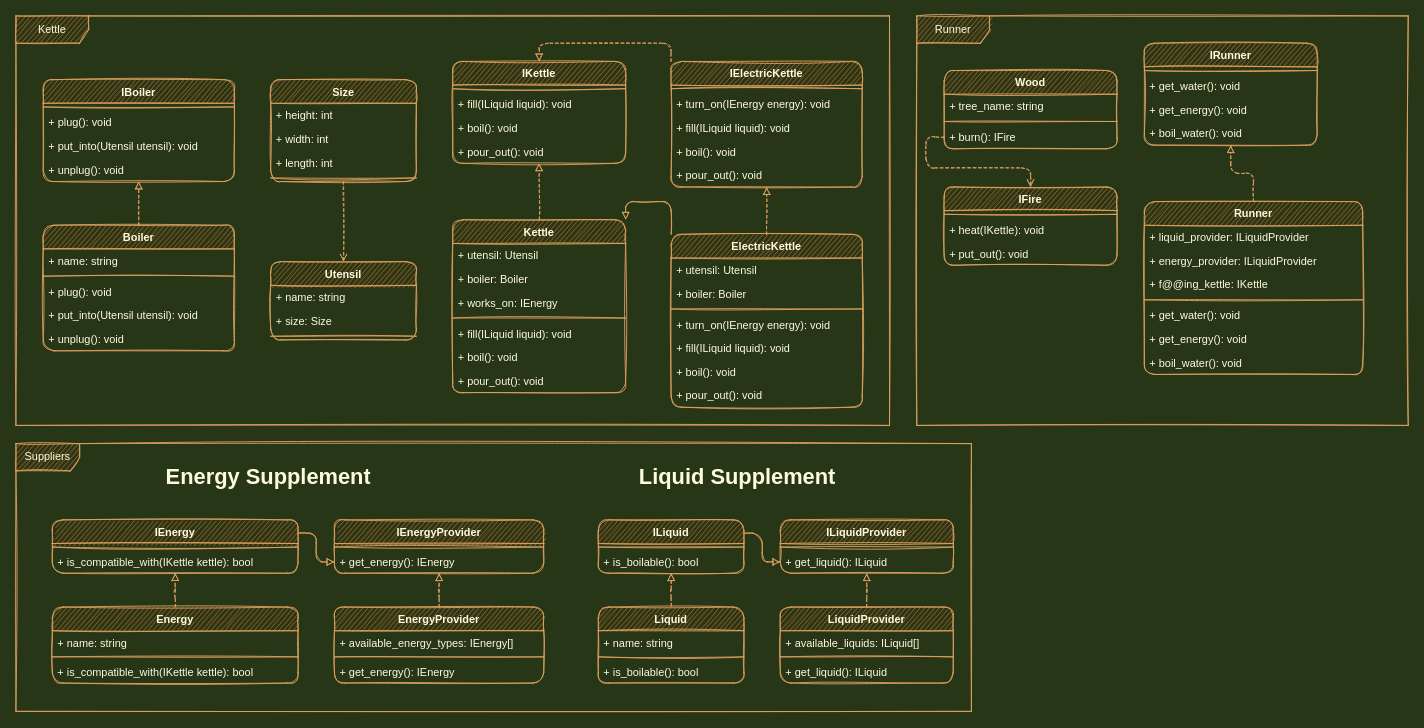
This is Kettle.drawio from xmichael446/Diagrams, a draw.io file, before an edit. Source tidied: cells renumbered, new cells numbered last; positions are measured from the earlier drawing's top-left corner, leaving out a move shared by most shapes. Both pictures are drawn from the tidied source at 91%, with x=0, y=0 at pixel (15, 15).
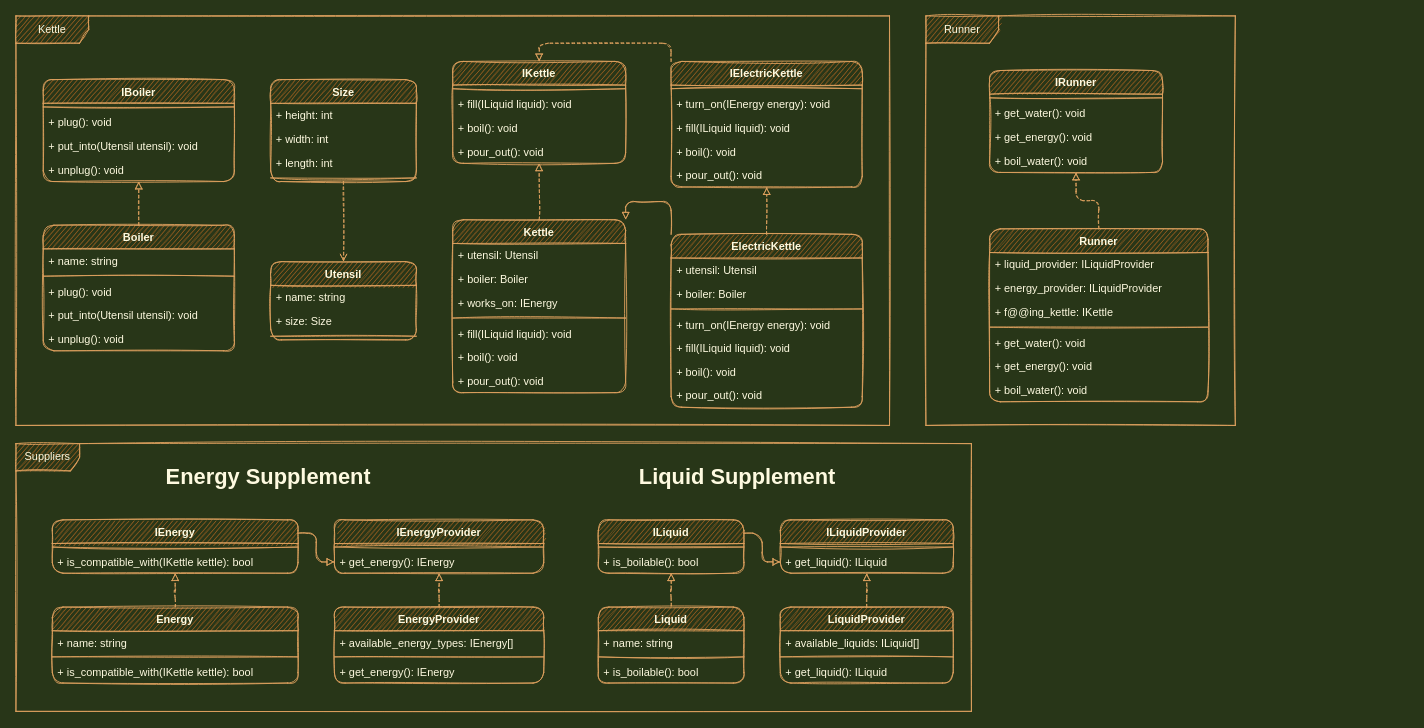
The same page after the edit.

The change refers to these unchanged cells:
```xml
<mxCell id="27" value="Size" style="swimlane;fontStyle=1;align=center;verticalAlign=top;horizontal=1;startSize=26;fillColor=#BC6C25;strokeColor=#DDA15E;fontColor=#FEFAE0;sketch=1;rounded=1;" parent="1" vertex="1">
  <mxGeometry x="280" y="70" width="160" height="112" as="geometry" />
</mxCell>
<mxCell id="75" value="Utensil" style="swimlane;fontStyle=1;align=center;verticalAlign=top;horizontal=1;startSize=26;fillColor=#BC6C25;strokeColor=#DDA15E;fontColor=#FEFAE0;sketch=1;rounded=1;" parent="1" vertex="1">
  <mxGeometry x="280" y="270" width="160" height="86" as="geometry" />
</mxCell>
```

What changed in the source:
```diff
@@
     <mxCell id="2" value="Runner" style="shape=umlFrame;whiteSpace=wrap;html=1;strokeColor=#DDA15E;fillColor=#BC6C25;fontColor=#FEFAE0;width=80;height=30;sketch=1;rounded=1;" parent="1" vertex="1">
-      <mxGeometry x="990" width="540" height="450" as="geometry" />
+      <mxGeometry x="1000" width="340" height="450" as="geometry" />
     </mxCell>
-    <mxCell id="3" value="Wood" style="swimlane;fontStyle=1;align=center;verticalAlign=top;horizontal=1;startSize=26;fillColor=#BC6C25;strokeColor=#DDA15E;fontColor=#FEFAE0;sketch=1;rounded=1;" parent="1" vertex="1">
-      <mxGeometry x="1020" y="60" width="190" height="86" as="geometry" />
-    </mxCell>
-    <mxCell id="4" value="+ tree_name: string" style="text;strokeColor=none;fillColor=none;align=left;verticalAlign=top;spacingLeft=4;spacingRight=4;overflow=hidden;fontColor=#FEFAE0;sketch=1;rounded=1;" parent="3" vertex="1">
-      <mxGeometry y="26" width="190" height="26" as="geometry" />
-    </mxCell>
-    <mxCell id="5" style="line;strokeWidth=1;fillColor=none;align=left;verticalAlign=middle;spacingTop=-1;spacingLeft=3;spacingRight=3;labelPosition=right;strokeColor=#DDA15E;fontColor=#FEFAE0;labelBackgroundColor=#283618;sketch=1;rounded=1;" parent="3" vertex="1">
-      <mxGeometry y="52" width="190" height="8" as="geometry" />
-    </mxCell>
-    <mxCell id="6" value="+ burn(): IFire" style="text;strokeColor=none;fillColor=none;align=left;verticalAlign=top;spacingLeft=4;spacingRight=4;overflow=hidden;points=[[0,0.5],[1,0.5]];portConstraint=eastwest;fontColor=#FEFAE0;sketch=1;rounded=1;" parent="3" vertex="1">
-      <mxGeometry y="60" width="190" height="26" as="geometry" />
-    </mxCell>
-    <mxCell id="7" value="IFire" style="swimlane;fontStyle=1;align=center;verticalAlign=top;horizontal=1;startSize=26;fillColor=#BC6C25;strokeColor=#DDA15E;fontColor=#FEFAE0;sketch=1;rounded=1;" parent="1" vertex="1">
-      <mxGeometry x="1020" y="188" width="190" height="86" as="geometry" />
-    </mxCell>
-    <mxCell id="8" style="line;strokeWidth=1;fillColor=none;align=left;verticalAlign=middle;spacingTop=-1;spacingLeft=3;spacingRight=3;labelPosition=right;strokeColor=#DDA15E;fontColor=#FEFAE0;labelBackgroundColor=#283618;sketch=1;rounded=1;" parent="7" vertex="1">
-      <mxGeometry y="26" width="190" height="8" as="geometry" />
-    </mxCell>
-    <mxCell id="9" value="+ heat(IKettle): void" style="text;strokeColor=none;fillColor=none;align=left;verticalAlign=top;spacingLeft=4;spacingRight=4;overflow=hidden;fontColor=#FEFAE0;sketch=1;rounded=1;" parent="7" vertex="1">
-      <mxGeometry y="34" width="190" height="26" as="geometry" />
-    </mxCell>
-    <mxCell id="10" value="+ put_out(): void" style="text;strokeColor=none;fillColor=none;align=left;verticalAlign=top;spacingLeft=4;spacingRight=4;overflow=hidden;fontColor=#FEFAE0;sketch=1;rounded=1;" parent="7" vertex="1">
-      <mxGeometry y="60" width="190" height="26" as="geometry" />
-    </mxCell>
-    <mxCell id="11" style="edgeStyle=orthogonalEdgeStyle;jettySize=auto;html=1;entryX=0.5;entryY=0;entryDx=0;entryDy=0;strokeColor=#DDA15E;fillColor=#BC6C25;fontColor=#FFFFFF;dashed=1;endArrow=open;endFill=0;sketch=1;" parent="1" edge="1" source="6" target="7">
-      <mxGeometry relative="1" as="geometry" />
-    </mxCell>
     <mxCell id="12" value="Runner" style="swimlane;fontStyle=1;align=center;verticalAlign=top;horizontal=1;startSize=26;fillColor=#BC6C25;strokeColor=#DDA15E;fontColor=#FEFAE0;sketch=1;rounded=1;" parent="1" vertex="1">
-      <mxGeometry x="1240" y="204" width="240" height="190" as="geometry" />
+      <mxGeometry x="1070" y="234" width="240" height="190" as="geometry" />
     </mxCell>
@@
     <mxCell id="20" value="IRunner" style="swimlane;fontStyle=1;align=center;verticalAlign=top;horizontal=1;startSize=26;fillColor=#BC6C25;strokeColor=#DDA15E;fontColor=#FEFAE0;sketch=1;rounded=1;" parent="1" vertex="1">
-      <mxGeometry x="1240" y="30" width="190" height="112" as="geometry" />
+      <mxGeometry x="1070" y="60" width="190" height="112" as="geometry" />
     </mxCell>
@@
-    <mxCell id="25" style="edgeStyle=orthogonalEdgeStyle;jettySize=auto;html=1;entryX=0.5;entryY=1;entryDx=0;entryDy=0;strokeColor=#DDA15E;fillColor=#BC6C25;fontColor=#FFFFFF;dashed=1;endArrow=block;endFill=0;sketch=1;" parent="1" edge="1" source="12" target="20">
+    <mxCell id="25" style="edgeStyle=orthogonalEdgeStyle;jettySize=auto;html=1;entryX=0.5;entryY=1;entryDx=0;entryDy=0;strokeColor=#DDA15E;fillColor=#BC6C25;fontColor=#FEFAE0;dashed=1;endArrow=block;endFill=0;labelBackgroundColor=#283618;sketch=1;" parent="1" edge="1" source="12" target="20">
       <mxGeometry relative="1" as="geometry" />
     </mxCell>
@@
-    <mxCell id="79" style="edgeStyle=orthogonalEdgeStyle;jettySize=auto;html=1;exitX=0.5;exitY=1;exitDx=0;exitDy=0;entryX=0.5;entryY=0;entryDx=0;entryDy=0;strokeColor=#DDA15E;fillColor=#BC6C25;fontColor=#FEFAE0;dashed=1;labelBackgroundColor=#283618;endArrow=open;endFill=0;sketch=1;" parent="1" edge="1" source="27" target="75">
+    <mxCell id="79" style="edgeStyle=orthogonalEdgeStyle;jettySize=auto;html=1;exitX=0.5;exitY=1;exitDx=0;exitDy=0;entryX=0.5;entryY=0;entryDx=0;entryDy=0;strokeColor=#DDA15E;fillColor=#BC6C25;fontColor=#FEFAE0;dashed=1;endArrow=open;endFill=0;labelBackgroundColor=#283618;sketch=1;" parent="1" edge="1" source="27" target="75">
       <mxGeometry relative="1" as="geometry" />
     </mxCell>
```
